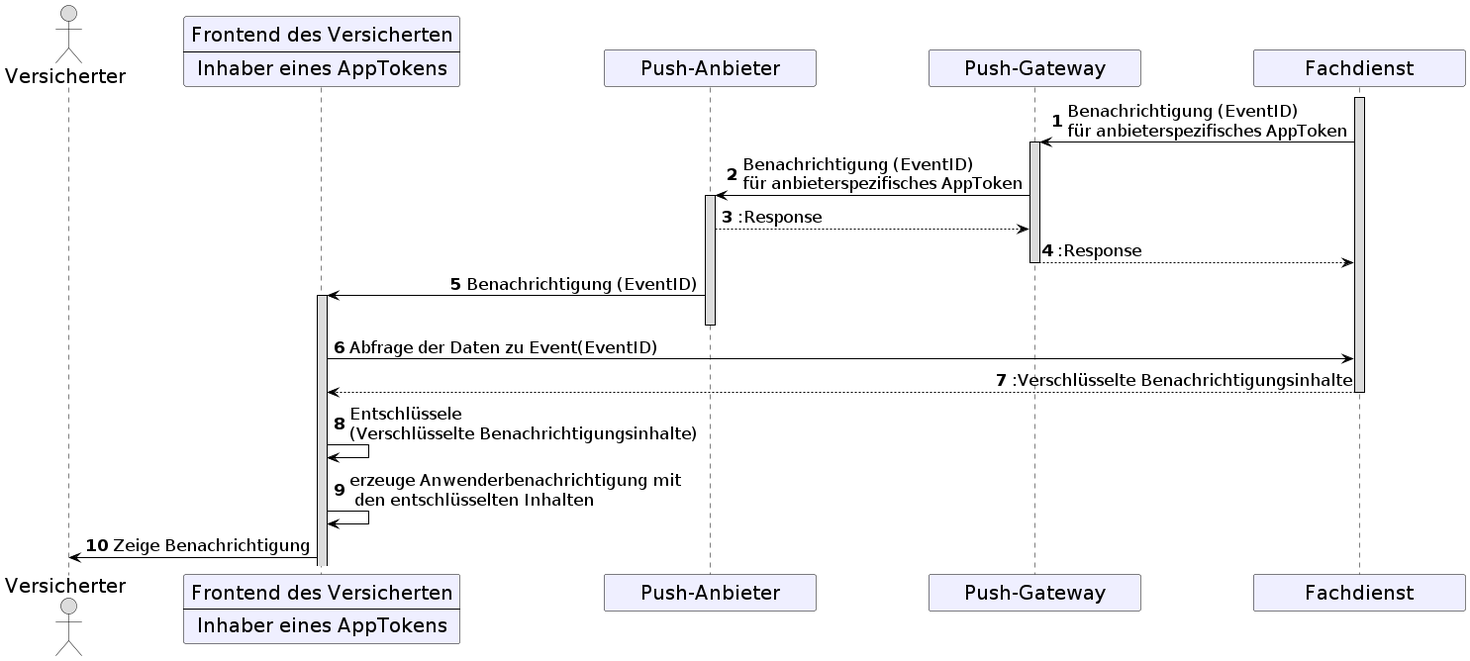
Before: images/diagrams/ePA_FDV/push_notifications_fdv_delivery.png, a diagram exported from PlantUML (gematik/api-ti-messenger).
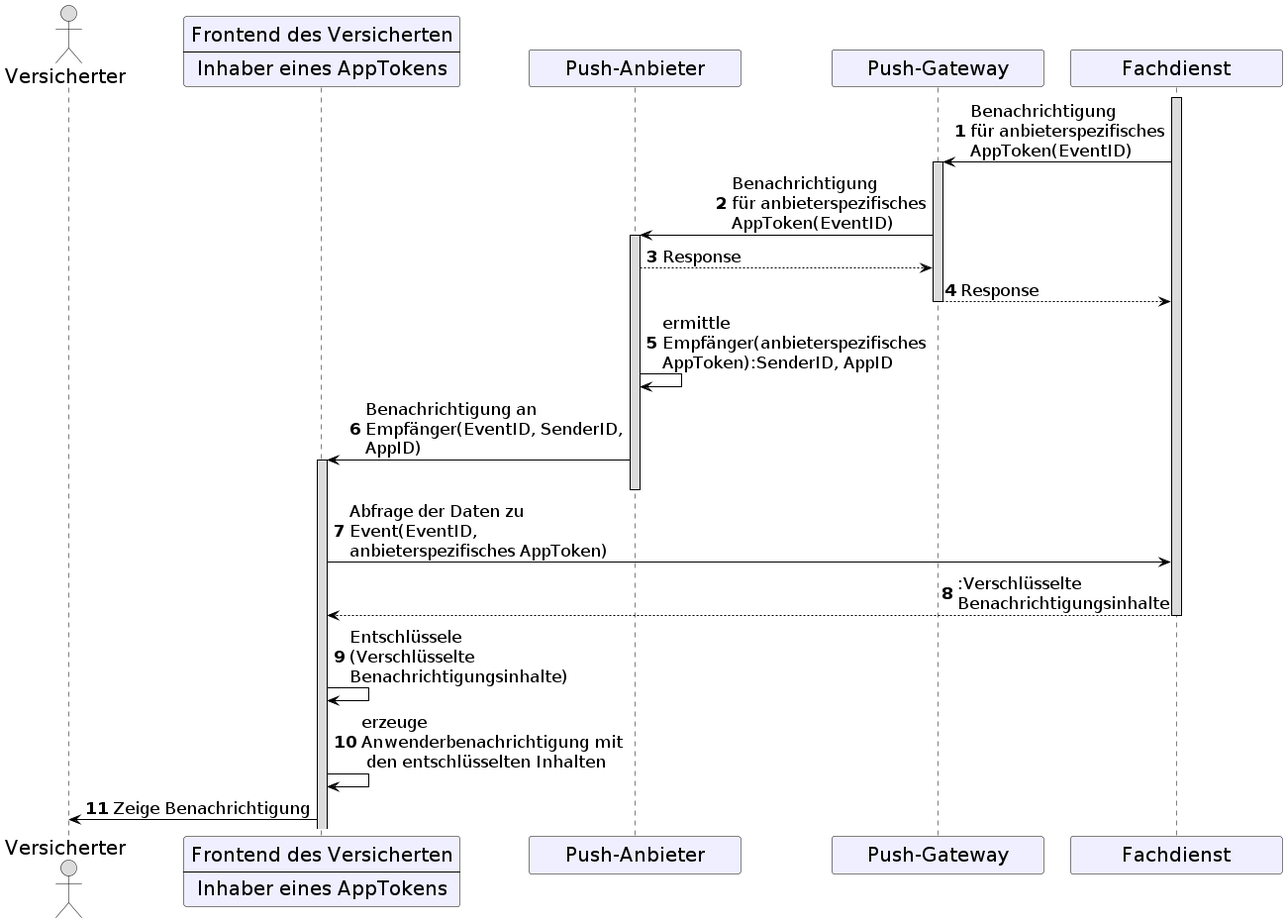
After the change.

Diff of the diagram source:
```diff
@@ -4,6 +4,7 @@
 skinparam BoxPadding 1
 skinparam sequenceReferenceHeaderBackgroundColor palegreen
 scale max 2048 width
+skinparam maxMessageSize 300
 
 skinparam sequence {
 ArrowColor black
@@ -37,17 +38,18 @@
     participant fd as "Fachdienst"
 
 activate fd
-fd->pg: Benachrichtigung (EventID) \nfür anbieterspezifisches AppToken
+fd->pg: Benachrichtigung \nfür anbieterspezifisches AppToken(EventID)
 activate pg
-pg->pa: Benachrichtigung (EventID) \nfür anbieterspezifisches AppToken
+pg->pa: Benachrichtigung \nfür anbieterspezifisches AppToken(EventID)
 activate pa
-pa-->pg: :Response
-pg-->fd: :Response
+pa-->pg: Response
+pg-->fd: Response
 deactivate pg
-pa->fdv: Benachrichtigung (EventID)
+pa->pa: ermittle Empfänger(anbieterspezifisches AppToken):SenderID, AppID
+pa->fdv: Benachrichtigung an Empfänger(EventID, SenderID, AppID)
 activate fdv
 deactivate pa
-fdv->fd: Abfrage der Daten zu Event(EventID)
+fdv->fd: Abfrage der Daten zu Event(EventID, anbieterspezifisches AppToken)
 fd-->fdv: :Verschlüsselte Benachrichtigungsinhalte
 deactivate fd
 fdv->fdv:Entschlüssele \n(Verschlüsselte Benachrichtigungsinhalte)
```
